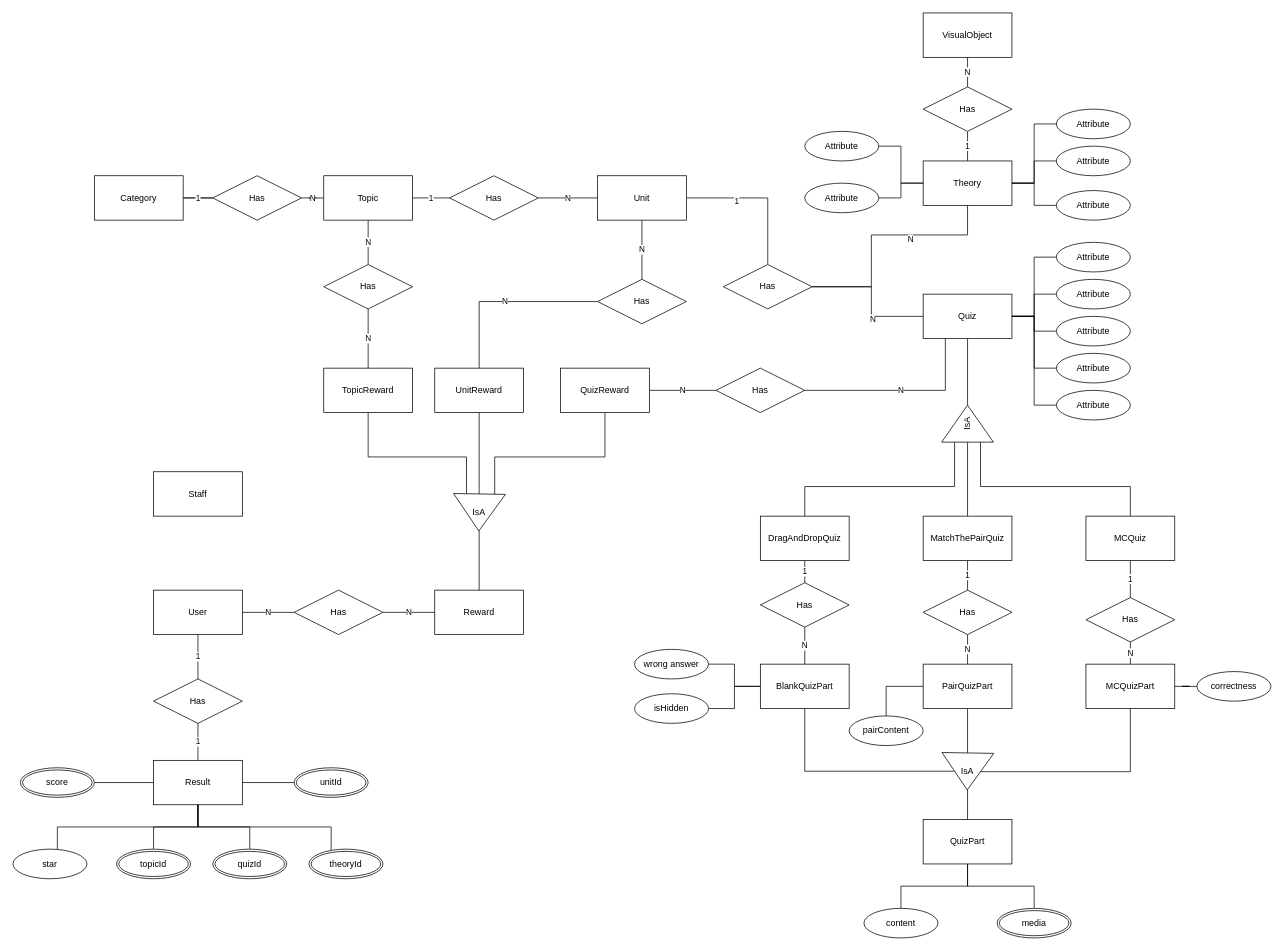
The draw.io diagram Untitled Diagram.drawio in linhabc/Learning_viet, before the edit. Source tidied: cells renumbered, new cells numbered last; positions are measured from the earlier drawing's top-left corner, leaving out a move shared by most shapes. Both pictures are drawn from the tidied source at 74%, with x=0, y=0 at pixel (13, 13).
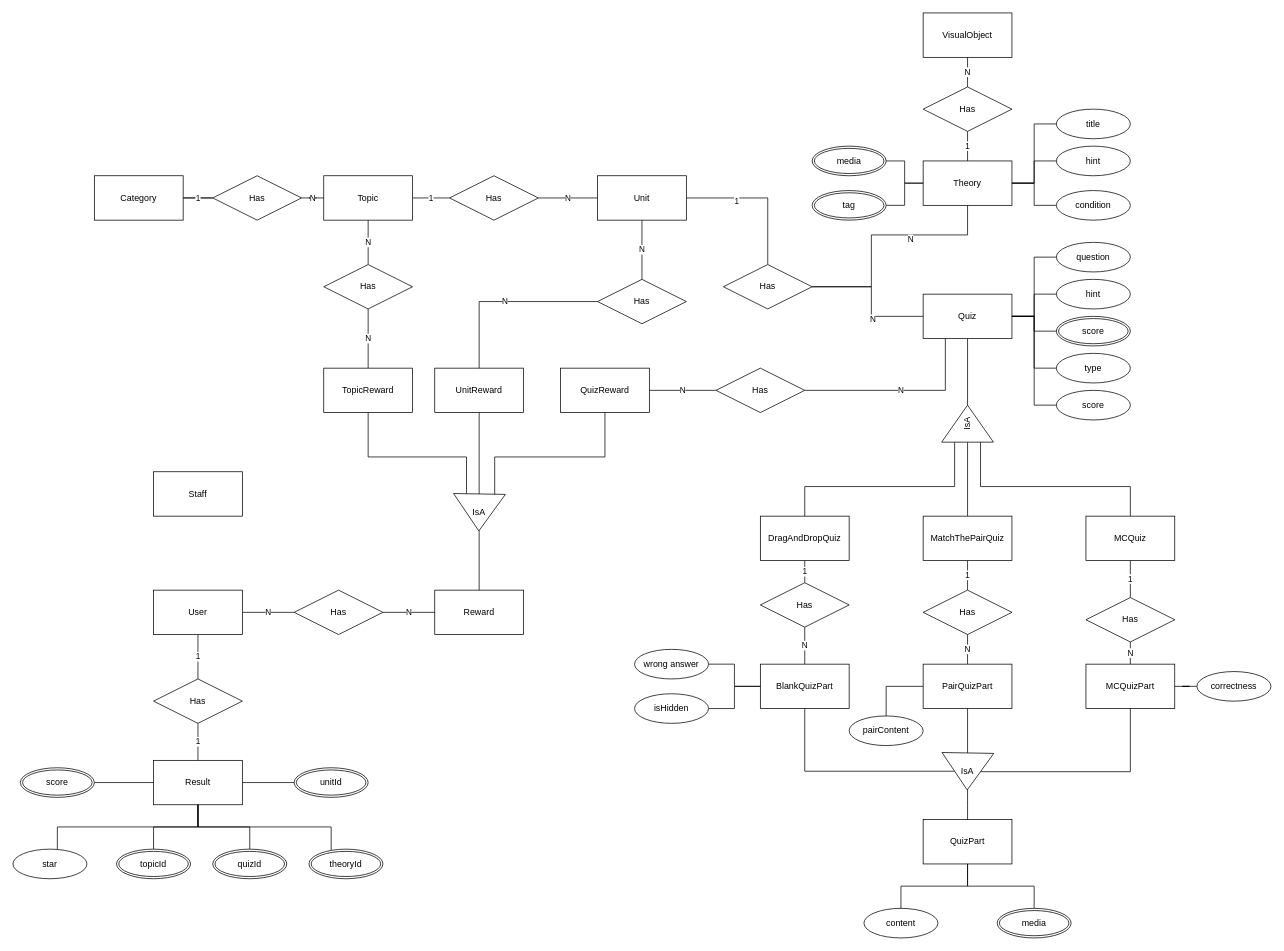
The same page after the edit.

The change refers to these unchanged cells:
```xml
<mxCell id="18" value="Theory" style="whiteSpace=wrap;html=1;" parent="1" vertex="1">
  <mxGeometry x="1230" y="200" width="120" height="60" as="geometry" />
</mxCell>
<mxCell id="20" value="&lt;div style=&quot;text-align: left&quot;&gt;&lt;font size=&quot;1&quot;&gt;&lt;span style=&quot;background-color: rgb(255 , 255 , 255) ; font-size: 12px&quot;&gt;Quiz&lt;/span&gt;&lt;/font&gt;&lt;/div&gt;" style="whiteSpace=wrap;html=1;" parent="1" vertex="1">
  <mxGeometry x="1230" y="380" width="120" height="60" as="geometry" />
</mxCell>
```

What changed in the source:
```diff
@@
-    <mxCell id="92" value="Attribute" style="ellipse;whiteSpace=wrap;html=1;align=center;sketch=0;" parent="1" vertex="1">
+    <mxCell id="92" value="question" style="ellipse;whiteSpace=wrap;html=1;align=center;sketch=0;" parent="1" vertex="1">
       <mxGeometry x="1410" y="310" width="100" height="40" as="geometry" />
     </mxCell>
-    <mxCell id="93" style="edgeStyle=orthogonalEdgeStyle;rounded=0;sketch=0;jettySize=auto;html=1;entryX=0;entryY=0.5;entryDx=0;entryDy=0;endArrow=none;endFill=0;" parent="1" edge="1" source="94" target="18">
-      <mxGeometry relative="1" as="geometry" />
-    </mxCell>
-    <mxCell id="94" value="Attribute" style="ellipse;whiteSpace=wrap;html=1;align=center;sketch=0;" parent="1" vertex="1">
-      <mxGeometry x="1070" y="160" width="100" height="40" as="geometry" />
-    </mxCell>
@@
-    <mxCell id="96" value="Attribute" style="ellipse;whiteSpace=wrap;html=1;align=center;sketch=0;" parent="1" vertex="1">
+    <mxCell id="96" value="hint" style="ellipse;whiteSpace=wrap;html=1;align=center;sketch=0;" parent="1" vertex="1">
       <mxGeometry x="1410" y="180" width="100" height="40" as="geometry" />
     </mxCell>
@@
-    <mxCell id="98" value="Attribute" style="ellipse;whiteSpace=wrap;html=1;align=center;sketch=0;" parent="1" vertex="1">
+    <mxCell id="98" value="title" style="ellipse;whiteSpace=wrap;html=1;align=center;sketch=0;" parent="1" vertex="1">
       <mxGeometry x="1410" y="130" width="100" height="40" as="geometry" />
     </mxCell>
@@
-    <mxCell id="100" value="Attribute" style="ellipse;whiteSpace=wrap;html=1;align=center;sketch=0;" parent="1" vertex="1">
+    <mxCell id="100" value="condition" style="ellipse;whiteSpace=wrap;html=1;align=center;sketch=0;" parent="1" vertex="1">
       <mxGeometry x="1410" y="240" width="100" height="40" as="geometry" />
     </mxCell>
@@
-    <mxCell id="102" value="Attribute" style="ellipse;whiteSpace=wrap;html=1;align=center;sketch=0;" parent="1" vertex="1">
+    <mxCell id="102" value="score" style="ellipse;whiteSpace=wrap;html=1;align=center;sketch=0;" parent="1" vertex="1">
       <mxGeometry x="1410" y="510" width="100" height="40" as="geometry" />
     </mxCell>
@@
-    <mxCell id="104" value="Attribute" style="ellipse;whiteSpace=wrap;html=1;align=center;sketch=0;" parent="1" vertex="1">
+    <mxCell id="104" value="type" style="ellipse;whiteSpace=wrap;html=1;align=center;sketch=0;" parent="1" vertex="1">
       <mxGeometry x="1410" y="460" width="100" height="40" as="geometry" />
     </mxCell>
-    <mxCell id="105" style="edgeStyle=orthogonalEdgeStyle;rounded=0;sketch=0;jettySize=auto;html=1;endArrow=none;endFill=0;" parent="1" edge="1" source="106" target="20">
-      <mxGeometry relative="1" as="geometry" />
-    </mxCell>
-    <mxCell id="106" value="Attribute" style="ellipse;whiteSpace=wrap;html=1;align=center;sketch=0;" parent="1" vertex="1">
-      <mxGeometry x="1410" y="410" width="100" height="40" as="geometry" />
-    </mxCell>
@@
-    <mxCell id="108" value="Attribute" style="ellipse;whiteSpace=wrap;html=1;align=center;sketch=0;" parent="1" vertex="1">
+    <mxCell id="108" value="hint" style="ellipse;whiteSpace=wrap;html=1;align=center;sketch=0;" parent="1" vertex="1">
       <mxGeometry x="1410" y="360" width="100" height="40" as="geometry" />
     </mxCell>
-    <mxCell id="109" style="edgeStyle=orthogonalEdgeStyle;rounded=0;sketch=0;jettySize=auto;html=1;endArrow=none;endFill=0;" parent="1" edge="1" source="110" target="18">
-      <mxGeometry relative="1" as="geometry" />
-    </mxCell>
-    <mxCell id="110" value="Attribute" style="ellipse;whiteSpace=wrap;html=1;align=center;sketch=0;" parent="1" vertex="1">
-      <mxGeometry x="1070" y="230" width="100" height="40" as="geometry" />
-    </mxCell>
@@
+    <mxCell id="123" style="edgeStyle=orthogonalEdgeStyle;rounded=0;sketch=0;jettySize=auto;html=1;endArrow=none;endFill=0;" parent="1" edge="1" source="124" target="18">
+      <mxGeometry relative="1" as="geometry" />
+    </mxCell>
+    <mxCell id="124" value="media" style="ellipse;shape=doubleEllipse;margin=3;whiteSpace=wrap;html=1;align=center;sketch=0;" parent="1" vertex="1">
+      <mxGeometry x="1080" y="180" width="100" height="40" as="geometry" />
+    </mxCell>
+    <mxCell id="125" style="edgeStyle=orthogonalEdgeStyle;rounded=0;sketch=0;jettySize=auto;html=1;endArrow=none;endFill=0;" parent="1" edge="1" source="126" target="18">
+      <mxGeometry relative="1" as="geometry" />
+    </mxCell>
+    <mxCell id="126" value="tag" style="ellipse;shape=doubleEllipse;margin=3;whiteSpace=wrap;html=1;align=center;sketch=0;" parent="1" vertex="1">
+      <mxGeometry x="1080" y="240" width="100" height="40" as="geometry" />
+    </mxCell>
+    <mxCell id="127" style="edgeStyle=orthogonalEdgeStyle;rounded=0;sketch=0;jettySize=auto;html=1;endArrow=none;endFill=0;" parent="1" edge="1" source="128" target="20">
+      <mxGeometry relative="1" as="geometry" />
+    </mxCell>
+    <mxCell id="128" value="score" style="ellipse;shape=doubleEllipse;margin=3;whiteSpace=wrap;html=1;align=center;sketch=0;" parent="1" vertex="1">
+      <mxGeometry x="1410" y="410" width="100" height="40" as="geometry" />
+    </mxCell>
```
